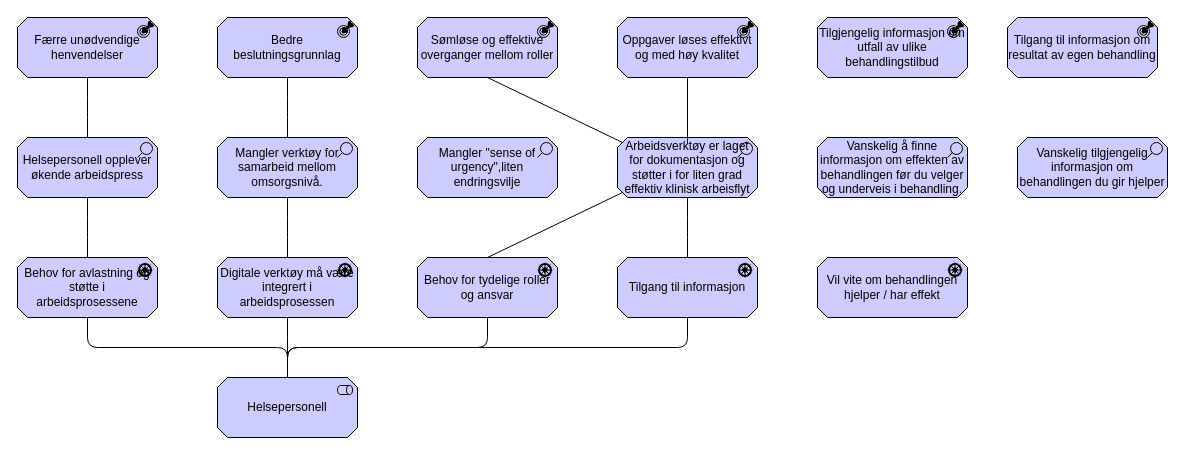
The draw.io diagram page "helsepersonell-concern" (5 of 8) of docs/interessent/motivasjon-interessent.drawio in hdir/Digital-Forstelinje, before the edit. Source tidied: cells renumbered, new cells numbered last; positions are measured from the earlier drawing's top-left corner, leaving out a move shared by most shapes. Both pictures are drawn from the tidied source at 100%, with x=0, y=0 at pixel (17, 17).
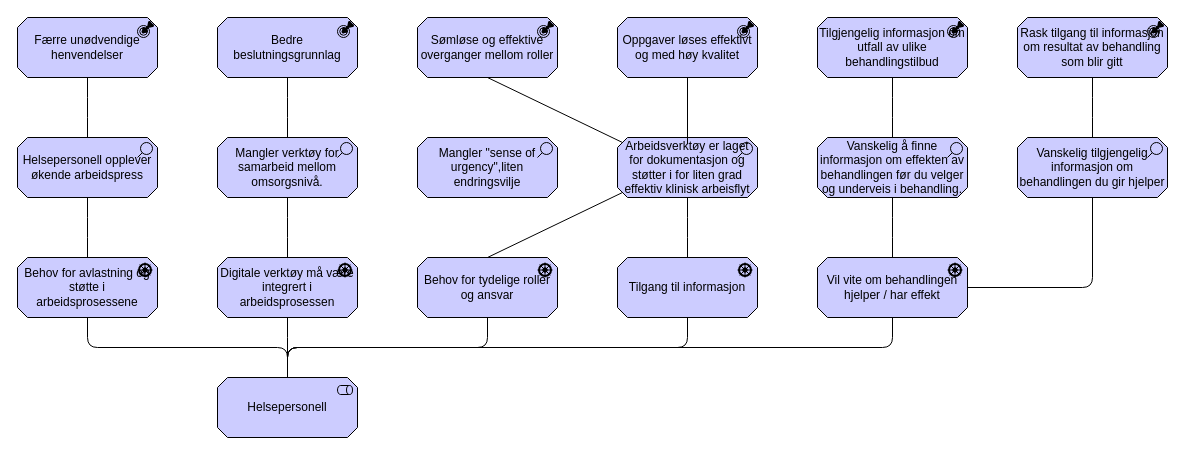
After the change.

Commit message (it also covers changes not shown here):
virksomhet concern

The change refers to these unchanged cells:
```xml
<mxCell id="2" value="Helsepersonell" style="html=1;outlineConnect=0;whiteSpace=wrap;fillColor=#CCCCFF;shape=mxgraph.archimate3.application;appType=role;archiType=oct;" parent="1" vertex="1">
  <mxGeometry x="200" y="360" width="140" height="60" as="geometry" />
</mxCell>
<mxCell id="27" value="&lt;span style=&quot;color: rgb(0, 0, 0);&quot;&gt;Vil vite om behandlingen hjelper / har effekt&lt;/span&gt;" style="html=1;outlineConnect=0;whiteSpace=wrap;fillColor=#CCCCFF;shape=mxgraph.archimate3.application;appType=driver;archiType=oct;" parent="1" vertex="1">
  <mxGeometry x="800" y="240" width="150" height="60" as="geometry" />
</mxCell>
<mxCell id="28" value="Vanskelig å finne informasjon om effekten av behandlingen før du velger og underveis i behandling." style="html=1;outlineConnect=0;whiteSpace=wrap;fillColor=#CCCCFF;shape=mxgraph.archimate3.application;appType=assess;archiType=oct;" parent="1" vertex="1">
  <mxGeometry x="800" y="120" width="150" height="60" as="geometry" />
</mxCell>
<mxCell id="29" value="Tilgjengelig informasjon om utfall av ulike behandlingstilbud" style="html=1;outlineConnect=0;whiteSpace=wrap;fillColor=#CCCCFF;shape=mxgraph.archimate3.application;appType=outcome;archiType=oct;" parent="1" vertex="1">
  <mxGeometry x="800" width="150" height="60" as="geometry" />
</mxCell>
<mxCell id="31" value="Vanskelig tilgjengelig informasjon om behandlingen du gir hjelper" style="html=1;outlineConnect=0;whiteSpace=wrap;fillColor=#CCCCFF;shape=mxgraph.archimate3.application;appType=assess;archiType=oct;" parent="1" vertex="1">
  <mxGeometry x="1000" y="120" width="150" height="60" as="geometry" />
</mxCell>
```

The edit, as a diff of the source:
```diff
@@
-    <mxCell id="30" value="Tilgang til informasjon om resultat av egen behandling" style="html=1;outlineConnect=0;whiteSpace=wrap;fillColor=#CCCCFF;shape=mxgraph.archimate3.application;appType=outcome;archiType=oct;" parent="1" vertex="1">
-      <mxGeometry x="990" width="150" height="60" as="geometry" />
+    <mxCell id="30" value="Rask tilgang til informasjon om resultat av behandling som blir gitt" style="html=1;outlineConnect=0;whiteSpace=wrap;fillColor=#CCCCFF;shape=mxgraph.archimate3.application;appType=outcome;archiType=oct;" parent="1" vertex="1">
+      <mxGeometry x="1000" width="150" height="60" as="geometry" />
     </mxCell>
@@
+    <mxCell id="32" style="edgeStyle=elbowEdgeStyle;html=1;endArrow=none;elbow=vertical;exitX=0.5;exitY=1;exitDx=0;exitDy=0;exitPerimeter=0;entryX=0.5;entryY=0;entryDx=0;entryDy=0;entryPerimeter=0;" parent="1" edge="1" source="27" target="2">
+      <mxGeometry relative="1" as="geometry" />
+    </mxCell>
+    <mxCell id="33" style="edgeStyle=elbowEdgeStyle;html=1;endArrow=none;elbow=vertical;exitX=0.5;exitY=0;exitDx=0;exitDy=0;exitPerimeter=0;entryX=0.5;entryY=1;entryDx=0;entryDy=0;entryPerimeter=0;" parent="1" edge="1" source="27" target="28">
+      <mxGeometry relative="1" as="geometry" />
+    </mxCell>
+    <mxCell id="34" style="edgeStyle=elbowEdgeStyle;html=1;endArrow=none;elbow=vertical;exitX=0.5;exitY=0;exitDx=0;exitDy=0;exitPerimeter=0;entryX=0.5;entryY=1;entryDx=0;entryDy=0;entryPerimeter=0;" parent="1" edge="1" source="28" target="29">
+      <mxGeometry relative="1" as="geometry" />
+    </mxCell>
+    <mxCell id="35" style="edgeStyle=orthogonalEdgeStyle;html=1;endArrow=none;elbow=vertical;exitX=0.5;exitY=1;exitDx=0;exitDy=0;exitPerimeter=0;entryX=1;entryY=0.5;entryDx=0;entryDy=0;entryPerimeter=0;" parent="1" edge="1" source="31" target="27">
+      <mxGeometry relative="1" as="geometry" />
+    </mxCell>
+    <mxCell id="36" style="edgeStyle=elbowEdgeStyle;html=1;endArrow=none;elbow=vertical;exitX=0.5;exitY=0;exitDx=0;exitDy=0;exitPerimeter=0;entryX=0.5;entryY=1;entryDx=0;entryDy=0;entryPerimeter=0;" parent="1" edge="1" source="31" target="30">
+      <mxGeometry relative="1" as="geometry" />
+    </mxCell>
```
